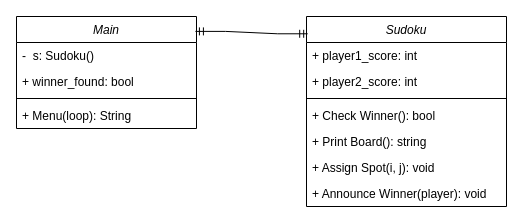
RitikKadyan/Tic-Tac-Toe keeps this draw.io diagram as TicTacToe.drawio. Above is the earlier version. Source tidied: cells renumbered, new cells numbered last; positions are measured from the earlier drawing's top-left corner, leaving out a move shared by most shapes. Both pictures are drawn from the tidied source at 100%, with x=0, y=0 at pixel (16, 16).
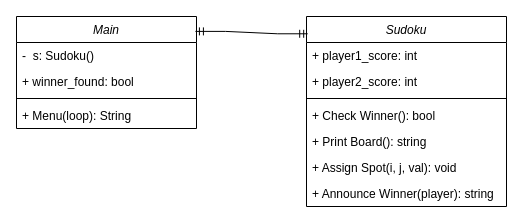
After the change.

Commit message (it also covers changes not shown here):
Completed the check_winner method.

The edit, as a diff of the source:
```diff
@@
 <mxGraphModel>
   <root>
     <mxCell id="0" />
     <mxCell id="1" parent="0" />
     <mxCell id="2" value="Main" style="swimlane;fontStyle=2;align=center;verticalAlign=top;horizontal=1;startSize=26;rounded=0;shadow=0;strokeWidth=1;" parent="1" vertex="1">
       <mxGeometry width="180" height="112" as="geometry" />
     </mxCell>
     <mxCell id="3" value="-  s: Sudoku()" style="text;align=left;verticalAlign=top;spacingLeft=4;spacingRight=4;overflow=hidden;rounded=0;shadow=0;html=0;" parent="2" vertex="1">
       <mxGeometry y="26" width="180" height="26" as="geometry" />
     </mxCell>
     <mxCell id="4" value="+ winner_found: bool" style="text;align=left;verticalAlign=top;spacingLeft=4;spacingRight=4;overflow=hidden;rounded=0;shadow=0;html=0;" parent="2" vertex="1">
       <mxGeometry y="52" width="180" height="26" as="geometry" />
     </mxCell>
     <mxCell id="5" style="line;html=1;strokeWidth=1;align=left;verticalAlign=middle;spacingTop=-1;spacingLeft=3;spacingRight=3;labelPosition=right;" parent="2" vertex="1">
       <mxGeometry y="78" width="180" height="8" as="geometry" />
     </mxCell>
     <mxCell id="6" value="+ Menu(loop): String" style="text;align=left;verticalAlign=top;spacingLeft=4;spacingRight=4;overflow=hidden;" parent="2" vertex="1">
       <mxGeometry y="86" width="180" height="26" as="geometry" />
     </mxCell>
     <mxCell id="7" value="Sudoku" style="swimlane;fontStyle=2;align=center;verticalAlign=top;horizontal=1;startSize=26;rounded=0;shadow=0;strokeWidth=1;" parent="1" vertex="1">
       <mxGeometry x="290" width="200" height="190" as="geometry" />
     </mxCell>
     <mxCell id="8" value="+ player1_score: int " style="text;align=left;verticalAlign=top;spacingLeft=4;spacingRight=4;overflow=hidden;rounded=0;shadow=0;html=0;" parent="7" vertex="1">
       <mxGeometry y="26" width="200" height="26" as="geometry" />
     </mxCell>
     <mxCell id="9" value="+ player2_score: int" style="text;align=left;verticalAlign=top;spacingLeft=4;spacingRight=4;overflow=hidden;rounded=0;shadow=0;html=0;" parent="7" vertex="1">
       <mxGeometry y="52" width="200" height="26" as="geometry" />
     </mxCell>
     <mxCell id="10" style="line;html=1;strokeWidth=1;align=left;verticalAlign=middle;spacingTop=-1;spacingLeft=3;spacingRight=3;labelPosition=right;" parent="7" vertex="1">
       <mxGeometry y="78" width="200" height="8" as="geometry" />
     </mxCell>
     <mxCell id="11" value="+ Check Winner(): bool" style="text;align=left;verticalAlign=top;spacingLeft=4;spacingRight=4;overflow=hidden;" parent="7" vertex="1">
       <mxGeometry y="86" width="200" height="26" as="geometry" />
     </mxCell>
     <mxCell id="12" value="+ Print Board(): string" style="text;align=left;verticalAlign=top;spacingLeft=4;spacingRight=4;overflow=hidden;" parent="7" vertex="1">
       <mxGeometry y="112" width="200" height="26" as="geometry" />
     </mxCell>
-    <mxCell id="13" value="+ Assign Spot(i, j): void" style="text;align=left;verticalAlign=top;spacingLeft=4;spacingRight=4;overflow=hidden;" parent="7" vertex="1">
+    <mxCell id="13" value="+ Assign Spot(i, j, val): void" style="text;align=left;verticalAlign=top;spacingLeft=4;spacingRight=4;overflow=hidden;" parent="7" vertex="1">
       <mxGeometry y="138" width="200" height="26" as="geometry" />
     </mxCell>
-    <mxCell id="14" value="+ Announce Winner(player): void" style="text;align=left;verticalAlign=top;spacingLeft=4;spacingRight=4;overflow=hidden;" parent="7" vertex="1">
+    <mxCell id="14" value="+ Announce Winner(player): string" style="text;align=left;verticalAlign=top;spacingLeft=4;spacingRight=4;overflow=hidden;" parent="7" vertex="1">
       <mxGeometry y="164" width="200" height="26" as="geometry" />
     </mxCell>
     <mxCell id="15" style="edgeStyle=entityRelationEdgeStyle;fontSize=12;html=1;endArrow=ERmandOne;startArrow=ERmandOne;rounded=0;exitX=0.994;exitY=0.133;exitDx=0;exitDy=0;exitPerimeter=0;entryX=0.006;entryY=0.091;entryDx=0;entryDy=0;entryPerimeter=0;" parent="1" edge="1" source="2" target="7">
       <mxGeometry relative="1" as="geometry" />
     </mxCell>
   </root>
 </mxGraphModel>
```
